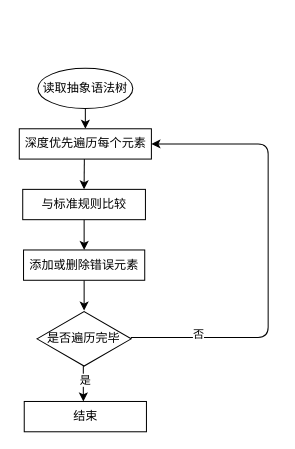
Before: page "遍历语法树" (2 of 3) of patents.drawio in shinecjj/UML, a draw.io diagram. Source tidied: cells renumbered, new cells numbered last; positions are measured from the earlier drawing's top-left corner, leaving out a move shared by most shapes. Both pictures are drawn from the tidied source at 101%, with x=0, y=0 at pixel (19, 68).
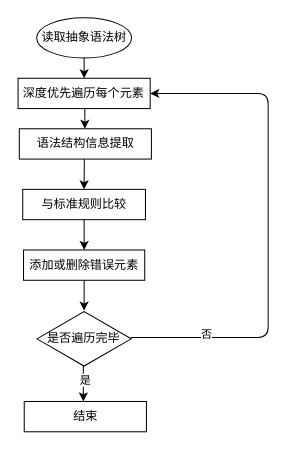
Above is the later version.

What changed in the source:
```diff
@@
     <mxCell id="2" style="edgeStyle=orthogonalEdgeStyle;rounded=0;jettySize=auto;html=1;" parent="1" edge="1" source="3">
       <mxGeometry relative="1" as="geometry">
-        <mxPoint x="65" y="60" as="targetPoint" />
+        <mxPoint x="63.8" y="10" as="targetPoint" />
       </mxGeometry>
     </mxCell>
     <mxCell id="3" value="读取抽象语法树" style="ellipse;whiteSpace=wrap;html=1;" parent="1" vertex="1">
-      <mxGeometry x="18" width="94" height="40" as="geometry" />
+      <mxGeometry x="16.8" y="-50" width="94" height="40" as="geometry" />
     </mxCell>
@@
     <mxCell id="12" value="深度优先遍历每个元素" style="rounded=0;whiteSpace=wrap;html=1;" parent="1" vertex="1">
-      <mxGeometry x="-0.4" y="60" width="130.8" height="30" as="geometry" />
+      <mxGeometry x="-1.6" y="10" width="130.8" height="30" as="geometry" />
     </mxCell>
@@
+    <mxCell id="16" value="语法结构信息提取" style="rounded=0;whiteSpace=wrap;html=1;" parent="1" vertex="1">
+      <mxGeometry x="-0.4" y="60" width="130.8" height="30" as="geometry" />
+    </mxCell>
+    <mxCell id="17" style="edgeStyle=orthogonalEdgeStyle;rounded=0;orthogonalLoop=1;jettySize=auto;html=1;" parent="1" edge="1">
+      <mxGeometry relative="1" as="geometry">
+        <mxPoint x="64.5" y="40" as="sourcePoint" />
+        <mxPoint x="64.5" y="60" as="targetPoint" />
+      </mxGeometry>
+    </mxCell>
```
